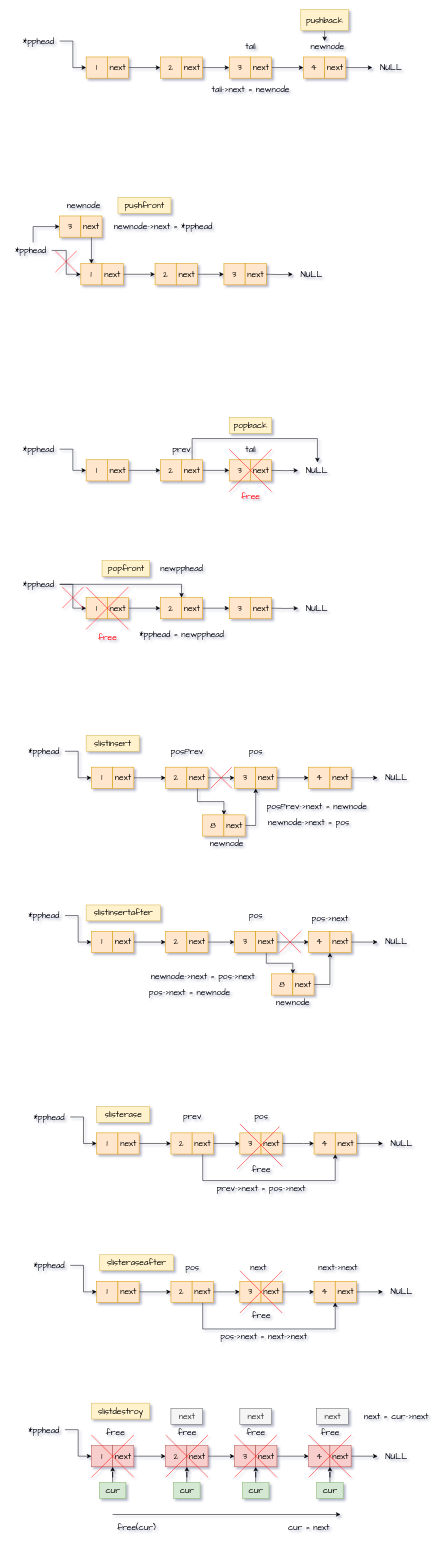
Before: 日常代码/SList/单链表.drawio in lrisvictoria/data-structure, a draw.io diagram. Source tidied: cells renumbered, new cells numbered last; positions are measured from the earlier drawing's top-left corner, leaving out a move shared by most shapes. Both pictures are drawn from the tidied source at 53%, with x=0, y=0 at pixel (9, 9).
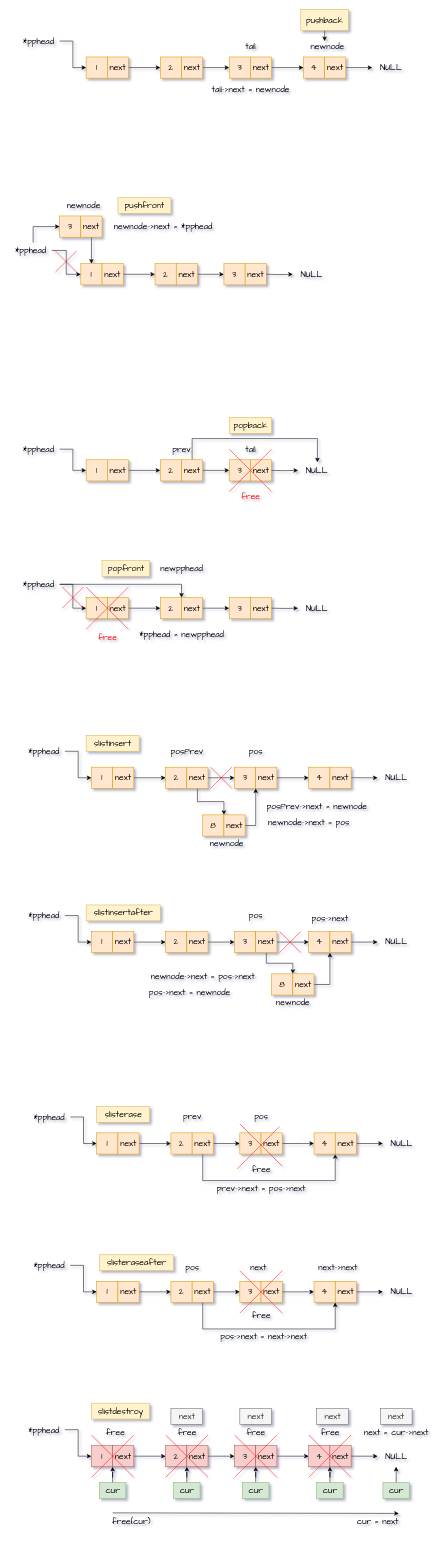
The same page after the edit.

Change to the diagram source:
```diff
@@
     <mxCell id="212" style="endArrow=classic;html=1;rounded=0;fontFamily=Comic Sans MS;fontSize=16;" parent="1" edge="1">
       <mxGeometry relative="1" as="geometry">
-        <mxPoint x="195" y="2840" as="sourcePoint" />
-        <mxPoint x="625" y="2840" as="targetPoint" />
+        <mxPoint x="195" y="2837" as="sourcePoint" />
+        <mxPoint x="735" y="2838" as="targetPoint" />
       </mxGeometry>
     </mxCell>
     <mxCell id="213" value="cur = next" style="text;html=1;align=center;verticalAlign=middle;strokeColor=none;fillColor=none;fontSize=16;fontFamily=Comic Sans MS;" parent="1" vertex="1">
-      <mxGeometry x="515" y="2850" width="100" height="30" as="geometry" />
+      <mxGeometry x="645" y="2838" width="100" height="30" as="geometry" />
     </mxCell>
     <mxCell id="214" value="next = cur-&amp;gt;next" style="text;html=1;align=center;verticalAlign=middle;strokeColor=none;fillColor=none;fontSize=16;fontFamily=Comic Sans MS;" parent="1" vertex="1">
-      <mxGeometry x="655" y="2640" width="150" height="30" as="geometry" />
+      <mxGeometry x="655" y="2670" width="150" height="30" as="geometry" />
     </mxCell>
@@
     <mxCell id="218" value="free(cur)" style="text;html=1;align=center;verticalAlign=middle;strokeColor=none;fillColor=none;fontSize=16;fontFamily=Comic Sans MS;" parent="1" vertex="1">
-      <mxGeometry x="195" y="2850" width="90" height="30" as="geometry" />
+      <mxGeometry x="185" y="2838" width="90" height="30" as="geometry" />
     </mxCell>
@@
+    <mxCell id="227" style="edgeStyle=orthogonalEdgeStyle;rounded=0;jettySize=auto;html=1;entryX=0;entryY=1;entryDx=0;entryDy=0;fontFamily=Comic Sans MS;fontSize=16;" parent="1" edge="1" source="228">
+      <mxGeometry relative="1" as="geometry">
+        <mxPoint x="730" y="2750" as="targetPoint" />
+      </mxGeometry>
+    </mxCell>
+    <mxCell id="228" value="cur" style="text;html=1;align=center;verticalAlign=middle;points=[];strokeColor=#82b366;fillColor=#d5e8d4;fontSize=16;fontFamily=Comic Sans MS;" parent="1" vertex="1">
+      <mxGeometry x="705" y="2780" width="50" height="30" as="geometry" />
+    </mxCell>
+    <mxCell id="229" value="next" style="text;html=1;align=center;verticalAlign=middle;strokeColor=#666666;fillColor=#f5f5f5;fontSize=16;fontFamily=Comic Sans MS;fontColor=#333333;" parent="1" vertex="1">
+      <mxGeometry x="700" y="2640" width="60" height="30" as="geometry" />
+    </mxCell>
```
